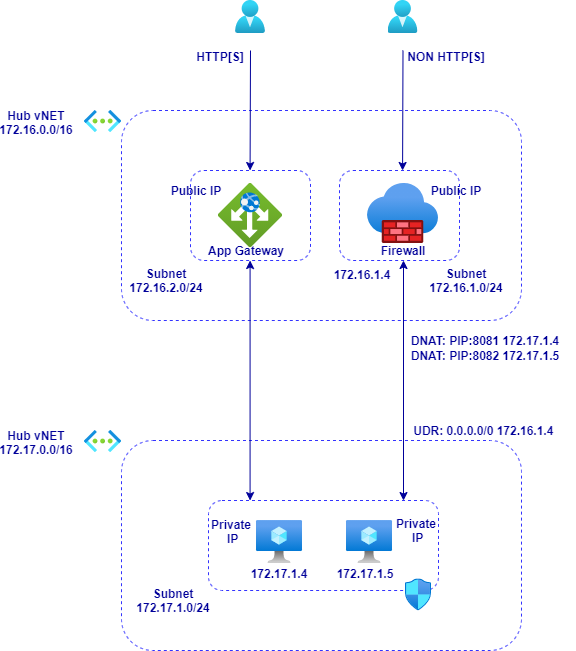
The draw.io diagram images/azure-addc-hub-spoke.png in mattweale/azure-trusted-launch-vm-terraform-arm, before a commit. Source tidied: cells renumbered, new cells last; positions are measured from the earlier drawing's top-left corner, leaving out a move shared by most shapes.
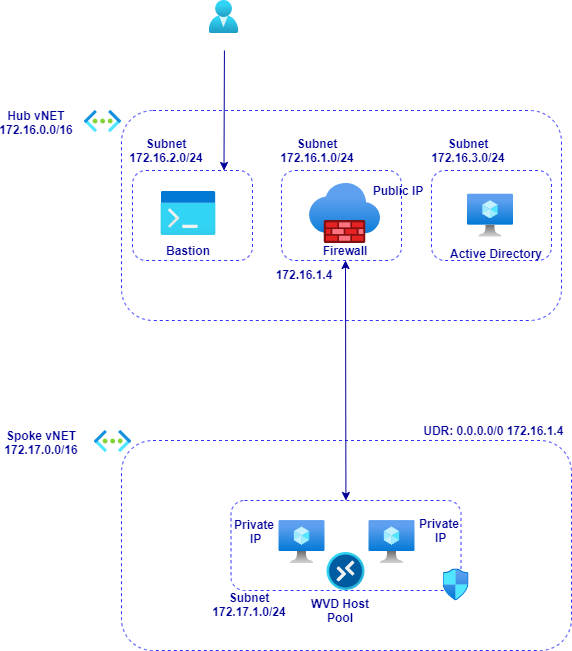
The same file after the commit.

The edit, as a diff of the source:
```diff
@@ -3,7 +3,7 @@
     <mxCell id="0" />
     <mxCell id="1" parent="0" />
     <mxCell id="2" style="rounded=1;whiteSpace=wrap;html=1;dashed=1;strokeColor=#3333FF;" parent="1" vertex="1">
-      <mxGeometry x="120" y="110" width="400" height="210" as="geometry" />
+      <mxGeometry x="120" y="110" width="440" height="210" as="geometry" />
     </mxCell>
     <mxCell id="3" style="group;" parent="1" vertex="1">
       <mxGeometry y="110" width="120" height="22.1" as="geometry" />
@@ -15,121 +15,103 @@
       <mxGeometry y="2.1" width="70" height="20" as="geometry" />
     </mxCell>
     <mxCell id="6" style="rounded=1;whiteSpace=wrap;html=1;dashed=1;strokeColor=#3333FF;" parent="1" vertex="1">
-      <mxGeometry x="189" y="170" width="120" height="90" as="geometry" />
+      <mxGeometry x="131" y="170" width="120" height="90" as="geometry" />
     </mxCell>
-    <mxCell id="7" style="html=1;align=center;image;fontSize=12;image=img/lib/azure2/networking/Application_Gateways.svg;" parent="1" vertex="1">
-      <mxGeometry x="217" y="183" width="64" height="64" as="geometry" />
-    </mxCell>
     <mxCell id="8" style="rounded=1;whiteSpace=wrap;html=1;dashed=1;strokeColor=#3333FF;" parent="1" vertex="1">
-      <mxGeometry x="338" y="170" width="120" height="90" as="geometry" />
+      <mxGeometry x="280" y="170" width="120" height="90" as="geometry" />
     </mxCell>
     <mxCell id="9" style="html=1;align=center;image;fontSize=12;image=img/lib/azure2/networking/Firewalls.svg;" parent="1" vertex="1">
-      <mxGeometry x="366" y="183" width="71" height="60" as="geometry" />
+      <mxGeometry x="308" y="183" width="71" height="60" as="geometry" />
     </mxCell>
     <mxCell id="10" value="Subnet&lt;br&gt;172.16.2.0/24" style="text;html=1;strokeColor=none;fillColor=none;align=center;verticalAlign=middle;whiteSpace=wrap;rounded=0;fontStyle=1;fontColor=#000099;" parent="1" vertex="1">
-      <mxGeometry x="130" y="270" width="70" height="20" as="geometry" />
+      <mxGeometry x="130" y="140" width="70" height="20" as="geometry" />
     </mxCell>
     <mxCell id="11" value="Subnet&lt;br&gt;172.16.1.0/24" style="text;html=1;strokeColor=none;fillColor=none;align=center;verticalAlign=middle;whiteSpace=wrap;rounded=0;fontStyle=1;fontColor=#000099;" parent="1" vertex="1">
-      <mxGeometry x="430" y="270" width="70" height="20" as="geometry" />
+      <mxGeometry x="281" y="140" width="70" height="20" as="geometry" />
     </mxCell>
     <mxCell id="12" value="Firewall" style="text;html=1;strokeColor=none;fillColor=none;align=center;verticalAlign=middle;whiteSpace=wrap;rounded=0;fontStyle=1;fontColor=#000099;" parent="1" vertex="1">
-      <mxGeometry x="367" y="240" width="70" height="20" as="geometry" />
+      <mxGeometry x="309" y="240" width="70" height="20" as="geometry" />
     </mxCell>
-    <mxCell id="13" value="App Gateway" style="text;html=1;strokeColor=none;fillColor=none;align=center;verticalAlign=middle;whiteSpace=wrap;rounded=0;fontStyle=1;fontColor=#000099;" parent="1" vertex="1">
-      <mxGeometry x="200" y="240" width="90" height="20" as="geometry" />
+    <mxCell id="13" value="Bastion" style="text;html=1;strokeColor=none;fillColor=none;align=center;verticalAlign=middle;whiteSpace=wrap;rounded=0;fontStyle=1;fontColor=#000099;" parent="1" vertex="1">
+      <mxGeometry x="142" y="240" width="90" height="20" as="geometry" />
     </mxCell>
     <mxCell id="14" style="rounded=1;whiteSpace=wrap;html=1;dashed=1;strokeColor=#3333FF;" parent="1" vertex="1">
-      <mxGeometry x="120" y="440" width="400" height="210" as="geometry" />
+      <mxGeometry x="120" y="440" width="450" height="210" as="geometry" />
     </mxCell>
     <mxCell id="15" style="rounded=1;whiteSpace=wrap;html=1;dashed=1;strokeColor=#3333FF;" parent="1" vertex="1">
-      <mxGeometry x="207" y="500" width="230" height="90" as="geometry" />
+      <mxGeometry x="229.5" y="500" width="230" height="90" as="geometry" />
     </mxCell>
     <mxCell id="16" style="html=1;align=center;image;fontSize=12;image=img/lib/azure2/compute/Virtual_Machine.svg;" parent="1" vertex="1">
-      <mxGeometry x="255" y="520" width="46" height="42.7" as="geometry" />
+      <mxGeometry x="277.5" y="520" width="46" height="42.7" as="geometry" />
     </mxCell>
     <mxCell id="17" style="html=1;align=center;image;fontSize=12;image=img/lib/azure2/compute/Virtual_Machine.svg;" parent="1" vertex="1">
-      <mxGeometry x="345" y="520" width="46" height="42.7" as="geometry" />
+      <mxGeometry x="367.5" y="520" width="46" height="42.7" as="geometry" />
     </mxCell>
     <mxCell id="18" style="group;" parent="1" vertex="1">
-      <mxGeometry y="430" width="120" height="22.1" as="geometry" />
+      <mxGeometry x="10" y="430" width="120" height="22.1" as="geometry" />
     </mxCell>
     <mxCell id="19" style="html=1;align=center;image;fontSize=12;image=img/lib/azure2/networking/Virtual_Networks.svg;" parent="18" vertex="1">
       <mxGeometry x="83" width="37" height="22.1" as="geometry" />
     </mxCell>
-    <mxCell id="20" value="Hub vNET&lt;br&gt;172.17.0.0/16" style="text;html=1;strokeColor=none;fillColor=none;align=center;verticalAlign=middle;whiteSpace=wrap;rounded=0;fontStyle=1;fontColor=#000099;" parent="18" vertex="1">
-      <mxGeometry y="2.1" width="70" height="20" as="geometry" />
+    <mxCell id="20" value="Spoke vNET&lt;br&gt;172.17.0.0/16" style="text;html=1;strokeColor=none;fillColor=none;align=center;verticalAlign=middle;whiteSpace=wrap;rounded=0;fontStyle=1;fontColor=#000099;" parent="18" vertex="1">
+      <mxGeometry x="-10" y="2.1" width="80" height="20" as="geometry" />
     </mxCell>
     <mxCell id="21" style="html=1;align=center;image;fontSize=12;image=img/lib/azure2/networking/Network_Security_Groups.svg;" parent="1" vertex="1">
-      <mxGeometry x="404" y="578.4" width="26" height="31.6" as="geometry" />
+      <mxGeometry x="441.5" y="568.4" width="26" height="31.6" as="geometry" />
     </mxCell>
     <mxCell id="22" value="Subnet&lt;br&gt;172.17.1.0/24" style="text;html=1;strokeColor=none;fillColor=none;align=center;verticalAlign=middle;whiteSpace=wrap;rounded=0;fontStyle=1;fontColor=#000099;" parent="1" vertex="1">
-      <mxGeometry x="137" y="590" width="70" height="20" as="geometry" />
+      <mxGeometry x="212.5" y="594" width="70" height="20" as="geometry" />
     </mxCell>
-    <mxCell id="23" value="Public IP" style="text;html=1;strokeColor=none;fillColor=none;align=center;verticalAlign=middle;whiteSpace=wrap;rounded=0;fontStyle=1;fontColor=#000099;" parent="1" vertex="1">
-      <mxGeometry x="160" y="180" width="70" height="20" as="geometry" />
-    </mxCell>
     <mxCell id="24" value="Public IP" style="text;html=1;strokeColor=none;fillColor=none;align=center;verticalAlign=middle;whiteSpace=wrap;rounded=0;fontStyle=1;fontColor=#000099;" parent="1" vertex="1">
-      <mxGeometry x="420" y="180" width="70" height="20" as="geometry" />
+      <mxGeometry x="362" y="180" width="70" height="20" as="geometry" />
     </mxCell>
     <mxCell id="25" value="Private&lt;br&gt;&amp;nbsp;IP" style="text;html=1;strokeColor=none;fillColor=none;align=center;verticalAlign=middle;whiteSpace=wrap;rounded=0;fontStyle=1;fontColor=#000099;" parent="1" vertex="1">
-      <mxGeometry x="385" y="520" width="60" height="20" as="geometry" />
+      <mxGeometry x="407.5" y="520" width="60" height="20" as="geometry" />
     </mxCell>
     <mxCell id="26" value="Private&lt;br&gt;&amp;nbsp;IP" style="text;html=1;strokeColor=none;fillColor=none;align=center;verticalAlign=middle;whiteSpace=wrap;rounded=0;fontStyle=1;fontColor=#000099;" parent="1" vertex="1">
-      <mxGeometry x="200" y="521" width="60" height="20" as="geometry" />
+      <mxGeometry x="222.5" y="521" width="60" height="20" as="geometry" />
     </mxCell>
     <mxCell id="27" value="172.16.1.4" style="text;html=1;strokeColor=none;fillColor=none;align=center;verticalAlign=middle;whiteSpace=wrap;rounded=0;fontStyle=1;fontColor=#000099;" parent="1" vertex="1">
-      <mxGeometry x="331" y="264" width="60" height="20" as="geometry" />
+      <mxGeometry x="273" y="264" width="60" height="20" as="geometry" />
     </mxCell>
-    <mxCell id="28" style="endArrow=classic;startArrow=classic;html=1;fontSize=12;fontColor=#000099;strokeWidth=1;strokeColor=#000099;entryX=0.5;entryY=1;entryDx=0;entryDy=0;exitX=0.705;exitY=0.286;exitDx=0;exitDy=0;exitPerimeter=0;" parent="1" edge="1" source="14" target="12">
-      <mxGeometry relative="1" as="geometry" />
-    </mxCell>
-    <mxCell id="29" style="endArrow=classic;startArrow=classic;html=1;fontSize=12;fontColor=#000099;strokeWidth=1;strokeColor=#000099;entryX=0.5;entryY=1;entryDx=0;entryDy=0;exitX=0.705;exitY=0.286;exitDx=0;exitDy=0;exitPerimeter=0;" parent="1" edge="1">
-      <mxGeometry relative="1" as="geometry">
-        <mxPoint x="248.6" y="500.1" as="sourcePoint" />
-        <mxPoint x="248.6" y="260" as="targetPoint" />
-      </mxGeometry>
-    </mxCell>
     <mxCell id="30" value="UDR: 0.0.0.0/0 172.16.1.4&amp;nbsp;" style="text;html=1;strokeColor=none;fillColor=none;align=center;verticalAlign=middle;whiteSpace=wrap;rounded=0;fontStyle=1;fontColor=#000099;" parent="1" vertex="1">
-      <mxGeometry x="409" y="420" width="150" height="20" as="geometry" />
+      <mxGeometry x="419" y="420" width="150" height="20" as="geometry" />
     </mxCell>
-    <mxCell id="31" style="endArrow=classic;html=1;strokeColor=#000099;strokeWidth=1;fontSize=29;fontColor=#000099;" parent="1" edge="1">
-      <mxGeometry relative="1" as="geometry">
-        <mxPoint x="401.5" y="50" as="sourcePoint" />
-        <mxPoint x="401.1" y="170" as="targetPoint" />
-      </mxGeometry>
-    </mxCell>
     <mxCell id="32" style="endArrow=classic;html=1;strokeColor=#000099;strokeWidth=1;fontSize=29;fontColor=#000099;" parent="1" edge="1">
       <mxGeometry relative="1" as="geometry">
-        <mxPoint x="249" y="50" as="sourcePoint" />
-        <mxPoint x="248.6" y="170" as="targetPoint" />
+        <mxPoint x="222.9" y="50" as="sourcePoint" />
+        <mxPoint x="222.5" y="170" as="targetPoint" />
       </mxGeometry>
     </mxCell>
-    <mxCell id="33" value="NON HTTP[S]" style="text;html=1;strokeColor=none;fillColor=none;align=center;verticalAlign=middle;whiteSpace=wrap;rounded=0;fontStyle=1;fontColor=#000099;" parent="1" vertex="1">
-      <mxGeometry x="398" y="46" width="94" height="20" as="geometry" />
-    </mxCell>
-    <mxCell id="34" value="HTTP[S]" style="text;html=1;strokeColor=none;fillColor=none;align=center;verticalAlign=middle;whiteSpace=wrap;rounded=0;fontStyle=1;fontColor=#000099;" parent="1" vertex="1">
-      <mxGeometry x="197" y="46" width="44" height="20" as="geometry" />
-    </mxCell>
     <mxCell id="35" style="html=1;align=center;image;fontSize=12;image=img/lib/azure2/identity/Users.svg;strokeColor=#3333FF;" parent="1" vertex="1">
-      <mxGeometry x="234" width="30" height="32.8" as="geometry" />
+      <mxGeometry x="207.5" width="30" height="32.8" as="geometry" />
     </mxCell>
-    <mxCell id="36" style="html=1;align=center;image;fontSize=12;image=img/lib/azure2/identity/Users.svg;strokeColor=#3333FF;" parent="1" vertex="1">
-      <mxGeometry x="386.5" width="30" height="32.8" as="geometry" />
-    </mxCell>
-    <mxCell id="37" value="172.17.1.4" style="text;html=1;strokeColor=none;fillColor=none;align=center;verticalAlign=middle;whiteSpace=wrap;rounded=0;fontStyle=1;fontColor=#000099;" parent="1" vertex="1">
-      <mxGeometry x="248" y="562.7" width="60" height="20" as="geometry" />
-    </mxCell>
-    <mxCell id="38" value="172.17.1.5" style="text;html=1;strokeColor=none;fillColor=none;align=center;verticalAlign=middle;whiteSpace=wrap;rounded=0;fontStyle=1;fontColor=#000099;" parent="1" vertex="1">
-      <mxGeometry x="334" y="562.7" width="60" height="20" as="geometry" />
-    </mxCell>
-    <mxCell id="39" style="group;" parent="1" vertex="1">
-      <mxGeometry x="394" y="330" width="180" height="35" as="geometry" />
-    </mxCell>
-    <mxCell id="40" value="DNAT: PIP:8081 172.17.1.4" style="text;html=1;strokeColor=none;fillColor=none;align=center;verticalAlign=middle;whiteSpace=wrap;rounded=0;fontStyle=1;fontColor=#000099;" parent="39" vertex="1">
-      <mxGeometry width="180" height="20" as="geometry" />
-    </mxCell>
-    <mxCell id="41" value="DNAT: PIP:8082 172.17.1.5" style="text;html=1;strokeColor=none;fillColor=none;align=center;verticalAlign=middle;whiteSpace=wrap;rounded=0;fontStyle=1;fontColor=#000099;" parent="39" vertex="1">
-      <mxGeometry y="15" width="180" height="20" as="geometry" />
-    </mxCell>
+    <mxCell id="42" value="WVD Host Pool" style="text;html=1;strokeColor=none;fillColor=none;align=center;verticalAlign=middle;whiteSpace=wrap;rounded=0;fontStyle=1;fontColor=#000099;" parent="1" vertex="1">
+      <mxGeometry x="303.5" y="600" width="70" height="20" as="geometry" />
+    </mxCell>
+    <mxCell id="43" style="html=1;align=center;image;fontSize=12;image=img/lib/azure2/other/Windows_Virtual_Desktop.svg;" parent="1" vertex="1">
+      <mxGeometry x="325.5" y="552" width="38" height="38" as="geometry" />
+    </mxCell>
+    <mxCell id="44" style="html=1;align=center;image;fontSize=12;image=img/lib/azure2/general/Dev_Console.svg;" parent="1" vertex="1">
+      <mxGeometry x="159.5" y="191" width="55" height="44" as="geometry" />
+    </mxCell>
+    <mxCell id="45" style="rounded=1;whiteSpace=wrap;html=1;dashed=1;strokeColor=#3333FF;" parent="1" vertex="1">
+      <mxGeometry x="430" y="170" width="120" height="90" as="geometry" />
+    </mxCell>
+    <mxCell id="46" value="Subnet&lt;br&gt;172.16.3.0/24" style="text;html=1;strokeColor=none;fillColor=none;align=center;verticalAlign=middle;whiteSpace=wrap;rounded=0;fontStyle=1;fontColor=#000099;" parent="1" vertex="1">
+      <mxGeometry x="432" y="140" width="70" height="20" as="geometry" />
+    </mxCell>
+    <mxCell id="47" value="Active Directory" style="text;html=1;strokeColor=none;fillColor=none;align=center;verticalAlign=middle;whiteSpace=wrap;rounded=0;fontStyle=1;fontColor=#000099;" parent="1" vertex="1">
+      <mxGeometry x="440" y="243" width="110" height="20" as="geometry" />
+    </mxCell>
+    <mxCell id="48" style="html=1;align=center;image;fontSize=12;image=img/lib/azure2/compute/Virtual_Machine.svg;" parent="1" vertex="1">
+      <mxGeometry x="466" y="193.7" width="46" height="42.7" as="geometry" />
+    </mxCell>
+    <mxCell id="49" style="edgeStyle=orthogonalEdgeStyle;rounded=0;orthogonalLoop=1;jettySize=auto;html=1;exitX=0.5;exitY=1;exitDx=0;exitDy=0;" parent="1" edge="1" source="11" target="11">
+      <mxGeometry relative="1" as="geometry" />
+    </mxCell>
+    <mxCell id="50" style="endArrow=classic;startArrow=classic;html=1;strokeColor=#000099;entryX=0.5;entryY=1;entryDx=0;entryDy=0;" parent="1" edge="1" source="15" target="12">
+      <mxGeometry relative="1" as="geometry" />
+    </mxCell>
   </root>
 </mxGraphModel>
```
